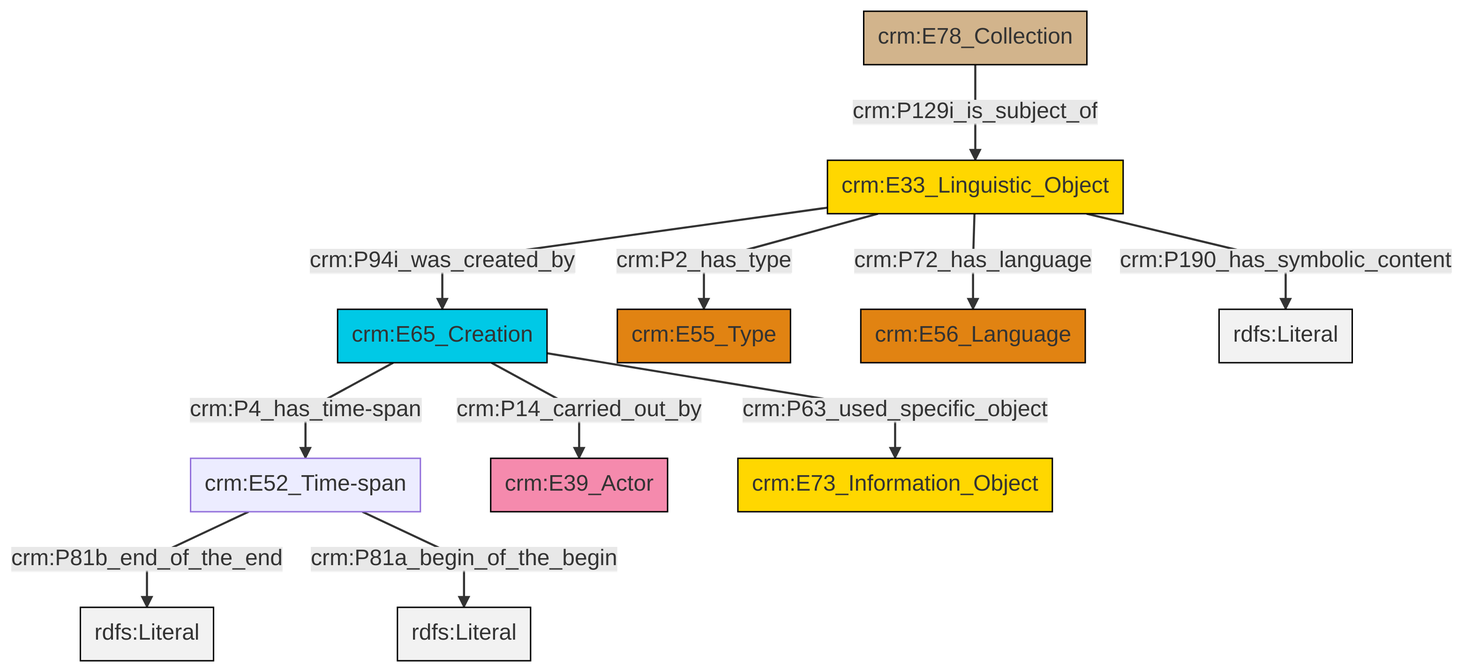
Earlier version of the Mermaid export et/archivalCSV/ttl/mmd/png/archival_desc.png (swiss-art-research-net/docs.swissartresearch). Its source is kept beside it as et/archivalCSV/ttl/mmd/archival_desc.ttl.mmd.
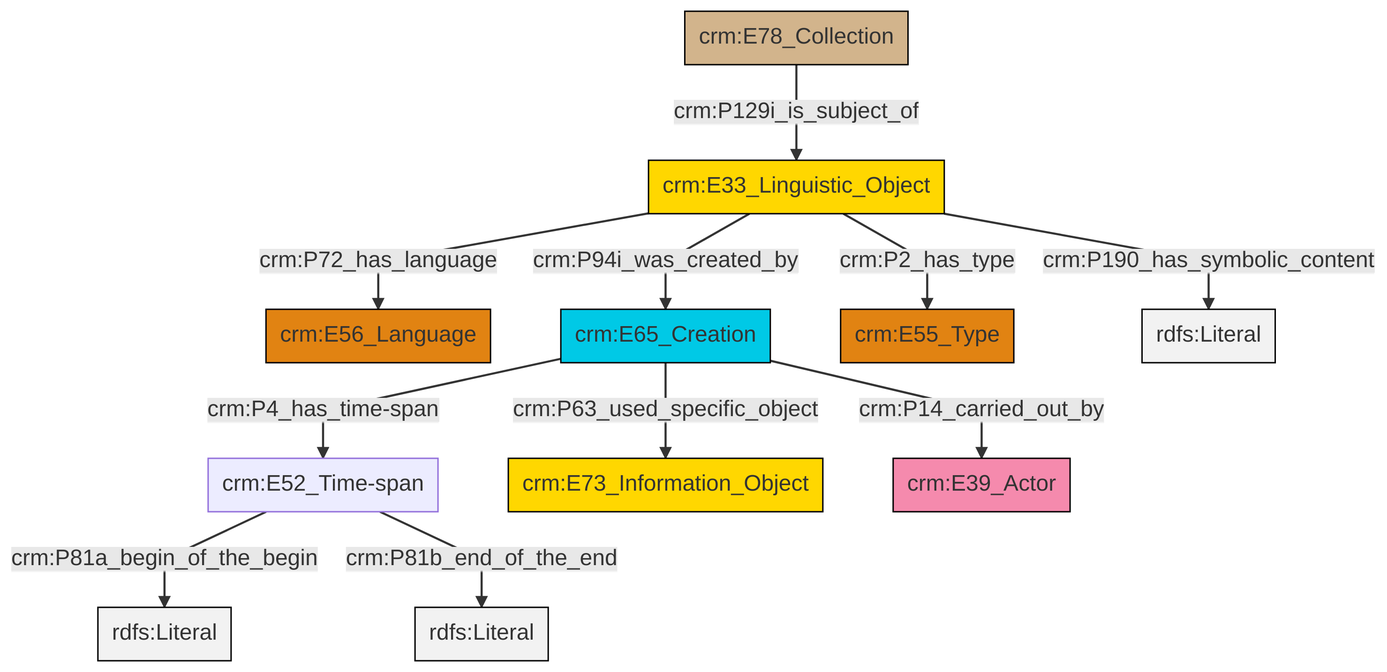
Above is the later version.

Change to the diagram source:
```diff
@@ -13,13 +13,13 @@
 classDef PC_Classes fill:#4ce600, stroke:#000000;
 classDef Multi fill:#cccccc,stroke:#000000;
 
-0["crm:E33_Linguistic_Object"]:::Conceptual_Object -->|crm:P94i_was_created_by| 1["crm:E65_Creation"]:::Temporal_Entity
-1["crm:E65_Creation"]:::Temporal_Entity -->|crm:P14_carried_out_by| 6["crm:E39_Actor"]:::Actor
-1["crm:E65_Creation"]:::Temporal_Entity -->|crm:P4_has_time-span| 4["crm:E52_Time-span"]:::Default
-0["crm:E33_Linguistic_Object"]:::Conceptual_Object -->|crm:P2_has_type| 2["crm:E55_Type"]:::Type
-4["crm:E52_Time-span"]:::Default -->|crm:P81b_end_of_the_end| 11[rdfs:Literal]:::Literal
-4["crm:E52_Time-span"]:::Default -->|crm:P81a_begin_of_the_begin| 12[rdfs:Literal]:::Literal
-0["crm:E33_Linguistic_Object"]:::Conceptual_Object -->|crm:P190_has_symbolic_content| 13[rdfs:Literal]:::Literal
-14["crm:E78_Collection"]:::Physical_Thing -->|crm:P129i_is_subject_of| 0["crm:E33_Linguistic_Object"]:::Conceptual_Object
-0["crm:E33_Linguistic_Object"]:::Conceptual_Object -->|crm:P72_has_language| 7["crm:E56_Language"]:::Type
-1["crm:E65_Creation"]:::Temporal_Entity -->|crm:P63_used_specific_object| 17["crm:E73_Information_Object"]:::Conceptual_Object
+0["crm:E52_Time-span"]:::Default -->|crm:P81a_begin_of_the_begin| 1[rdfs:Literal]:::Literal
+2["crm:E33_Linguistic_Object"]:::Conceptual_Object -->|crm:P72_has_language| 3["crm:E56_Language"]:::Type
+4["crm:E65_Creation"]:::Temporal_Entity -->|crm:P4_has_time-span| 0["crm:E52_Time-span"]:::Default
+0["crm:E52_Time-span"]:::Default -->|crm:P81b_end_of_the_end| 5[rdfs:Literal]:::Literal
+2["crm:E33_Linguistic_Object"]:::Conceptual_Object -->|crm:P94i_was_created_by| 4["crm:E65_Creation"]:::Temporal_Entity
+4["crm:E65_Creation"]:::Temporal_Entity -->|crm:P63_used_specific_object| 10["crm:E73_Information_Object"]:::Conceptual_Object
+6["crm:E78_Collection"]:::Physical_Thing -->|crm:P129i_is_subject_of| 2["crm:E33_Linguistic_Object"]:::Conceptual_Object
+2["crm:E33_Linguistic_Object"]:::Conceptual_Object -->|crm:P2_has_type| 11["crm:E55_Type"]:::Type
+4["crm:E65_Creation"]:::Temporal_Entity -->|crm:P14_carried_out_by| 12["crm:E39_Actor"]:::Actor
+2["crm:E33_Linguistic_Object"]:::Conceptual_Object -->|crm:P190_has_symbolic_content| 18[rdfs:Literal]:::Literal
```
